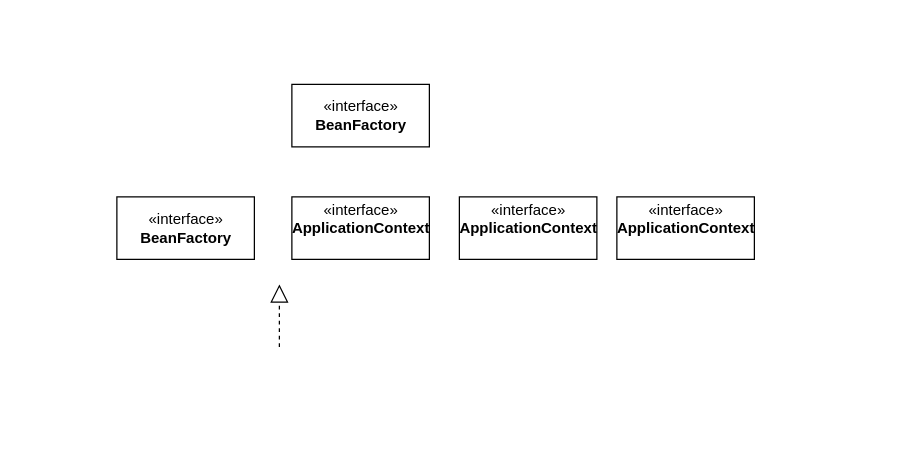
Earlier version of the draw.io diagram Untitled Diagram.drawio (Aiksyuan/draw.io). Source tidied: cells renumbered, new cells numbered last; positions are measured from the earlier drawing's top-left corner, leaving out a move shared by most shapes. Both pictures are drawn from the tidied source at 125%, with x=0, y=0 at pixel (116, 84).
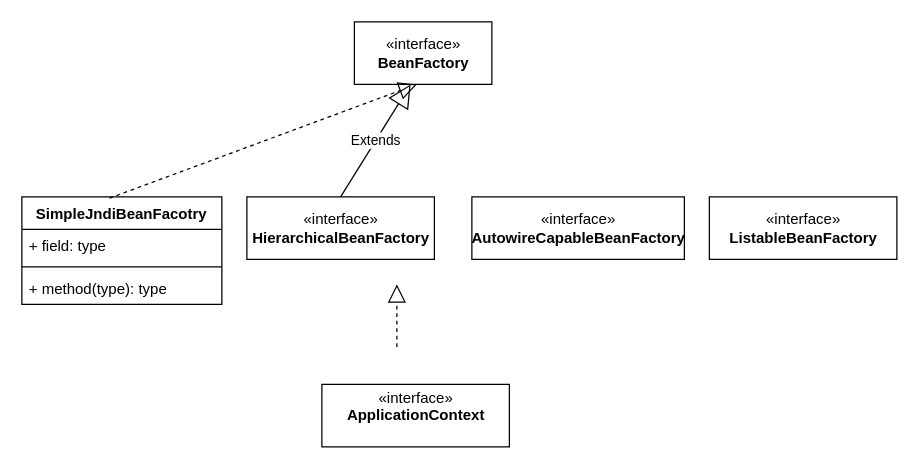
The same diagram, later.

Change to the diagram source:
```diff
@@
 <mxGraphModel>
   <root>
     <mxCell id="0" />
     <mxCell id="1" parent="0" />
     <mxCell id="2" style="endArrow=block;dashed=1;endFill=0;endSize=12;html=1;" parent="1" edge="1">
       <mxGeometry relative="1" as="geometry">
-        <mxPoint x="130" y="210" as="sourcePoint" />
-        <mxPoint x="130" y="160" as="targetPoint" />
+        <mxPoint x="224" y="210" as="sourcePoint" />
+        <mxPoint x="224" y="160" as="targetPoint" />
       </mxGeometry>
     </mxCell>
     <mxCell id="3" value="«interface»&lt;br&gt;&lt;b&gt;BeanFactory&lt;br&gt;&lt;/b&gt;" style="html=1;" parent="1" vertex="1">
-      <mxGeometry x="140" width="110" height="50" as="geometry" />
+      <mxGeometry x="190" y="-50" width="110" height="50" as="geometry" />
     </mxCell>
-    <mxCell id="4" value="«interface»&lt;br&gt;&lt;b&gt;ApplicationContext&lt;br&gt;&lt;br&gt;&lt;/b&gt;" style="html=1;" parent="1" vertex="1">
-      <mxGeometry x="140" y="90" width="110" height="50" as="geometry" />
+    <mxCell id="4" value="«interface»&lt;br&gt;&lt;b&gt;HierarchicalBeanFactory&lt;br&gt;&lt;/b&gt;" style="html=1;" parent="1" vertex="1">
+      <mxGeometry x="104" y="90" width="150" height="50" as="geometry" />
     </mxCell>
-    <mxCell id="5" value="«interface»&lt;br&gt;&lt;b&gt;BeanFactory&lt;br&gt;&lt;/b&gt;" style="html=1;" parent="1" vertex="1">
-      <mxGeometry y="90" width="110" height="50" as="geometry" />
+    <mxCell id="5" value="«interface»&lt;br&gt;&lt;b&gt;AutowireCapableBeanFactory&lt;br&gt;&lt;/b&gt;" style="html=1;" parent="1" vertex="1">
+      <mxGeometry x="284" y="90" width="170" height="50" as="geometry" />
     </mxCell>
-    <mxCell id="6" value="«interface»&lt;br&gt;&lt;b&gt;ApplicationContext&lt;br&gt;&lt;br&gt;&lt;/b&gt;" style="html=1;" parent="1" vertex="1">
-      <mxGeometry x="400" y="90" width="110" height="50" as="geometry" />
+    <mxCell id="6" value="«interface»&lt;br&gt;&lt;b&gt;ListableBeanFactory&lt;br&gt;&lt;/b&gt;" style="html=1;" parent="1" vertex="1">
+      <mxGeometry x="474" y="90" width="150" height="50" as="geometry" />
     </mxCell>
     <mxCell id="7" value="«interface»&lt;br&gt;&lt;b&gt;ApplicationContext&lt;br&gt;&lt;br&gt;&lt;/b&gt;" style="html=1;" parent="1" vertex="1">
-      <mxGeometry x="274" y="90" width="110" height="50" as="geometry" />
+      <mxGeometry x="164" y="240" width="150" height="50" as="geometry" />
     </mxCell>
+    <mxCell id="8" value="SimpleJndiBeanFacotry" style="swimlane;fontStyle=1;align=center;verticalAlign=top;horizontal=1;startSize=26;" parent="1" vertex="1">
+      <mxGeometry x="-76" y="90" width="160" height="86" as="geometry" />
+    </mxCell>
+    <mxCell id="9" value="+ field: type" style="text;strokeColor=none;fillColor=none;align=left;verticalAlign=top;spacingLeft=4;spacingRight=4;overflow=hidden;" parent="8" vertex="1">
+      <mxGeometry y="26" width="160" height="26" as="geometry" />
+    </mxCell>
+    <mxCell id="10" style="line;strokeWidth=1;fillColor=none;align=left;verticalAlign=middle;spacingTop=-1;spacingLeft=3;spacingRight=3;labelPosition=right;" parent="8" vertex="1">
+      <mxGeometry y="52" width="160" height="8" as="geometry" />
+    </mxCell>
+    <mxCell id="11" value="+ method(type): type" style="text;strokeColor=none;fillColor=none;align=left;verticalAlign=top;spacingLeft=4;spacingRight=4;overflow=hidden;" parent="8" vertex="1">
+      <mxGeometry y="60" width="160" height="26" as="geometry" />
+    </mxCell>
+    <mxCell id="12" value="Extends" style="endArrow=block;endSize=16;endFill=0;html=1;exitX=0.5;exitY=0;exitDx=0;exitDy=0;entryX=0.409;entryY=1;entryDx=0;entryDy=0;entryPerimeter=0;" parent="1" edge="1" source="4" target="3">
+      <mxGeometry relative="1" as="geometry" />
+    </mxCell>
+    <mxCell id="13" style="endArrow=block;dashed=1;endFill=0;endSize=12;html=1;exitX=0.438;exitY=0.012;exitDx=0;exitDy=0;exitPerimeter=0;" parent="1" edge="1" source="8">
+      <mxGeometry relative="1" as="geometry">
+        <mxPoint x="240" as="targetPoint" />
+      </mxGeometry>
+    </mxCell>
   </root>
 </mxGraphModel>
```
